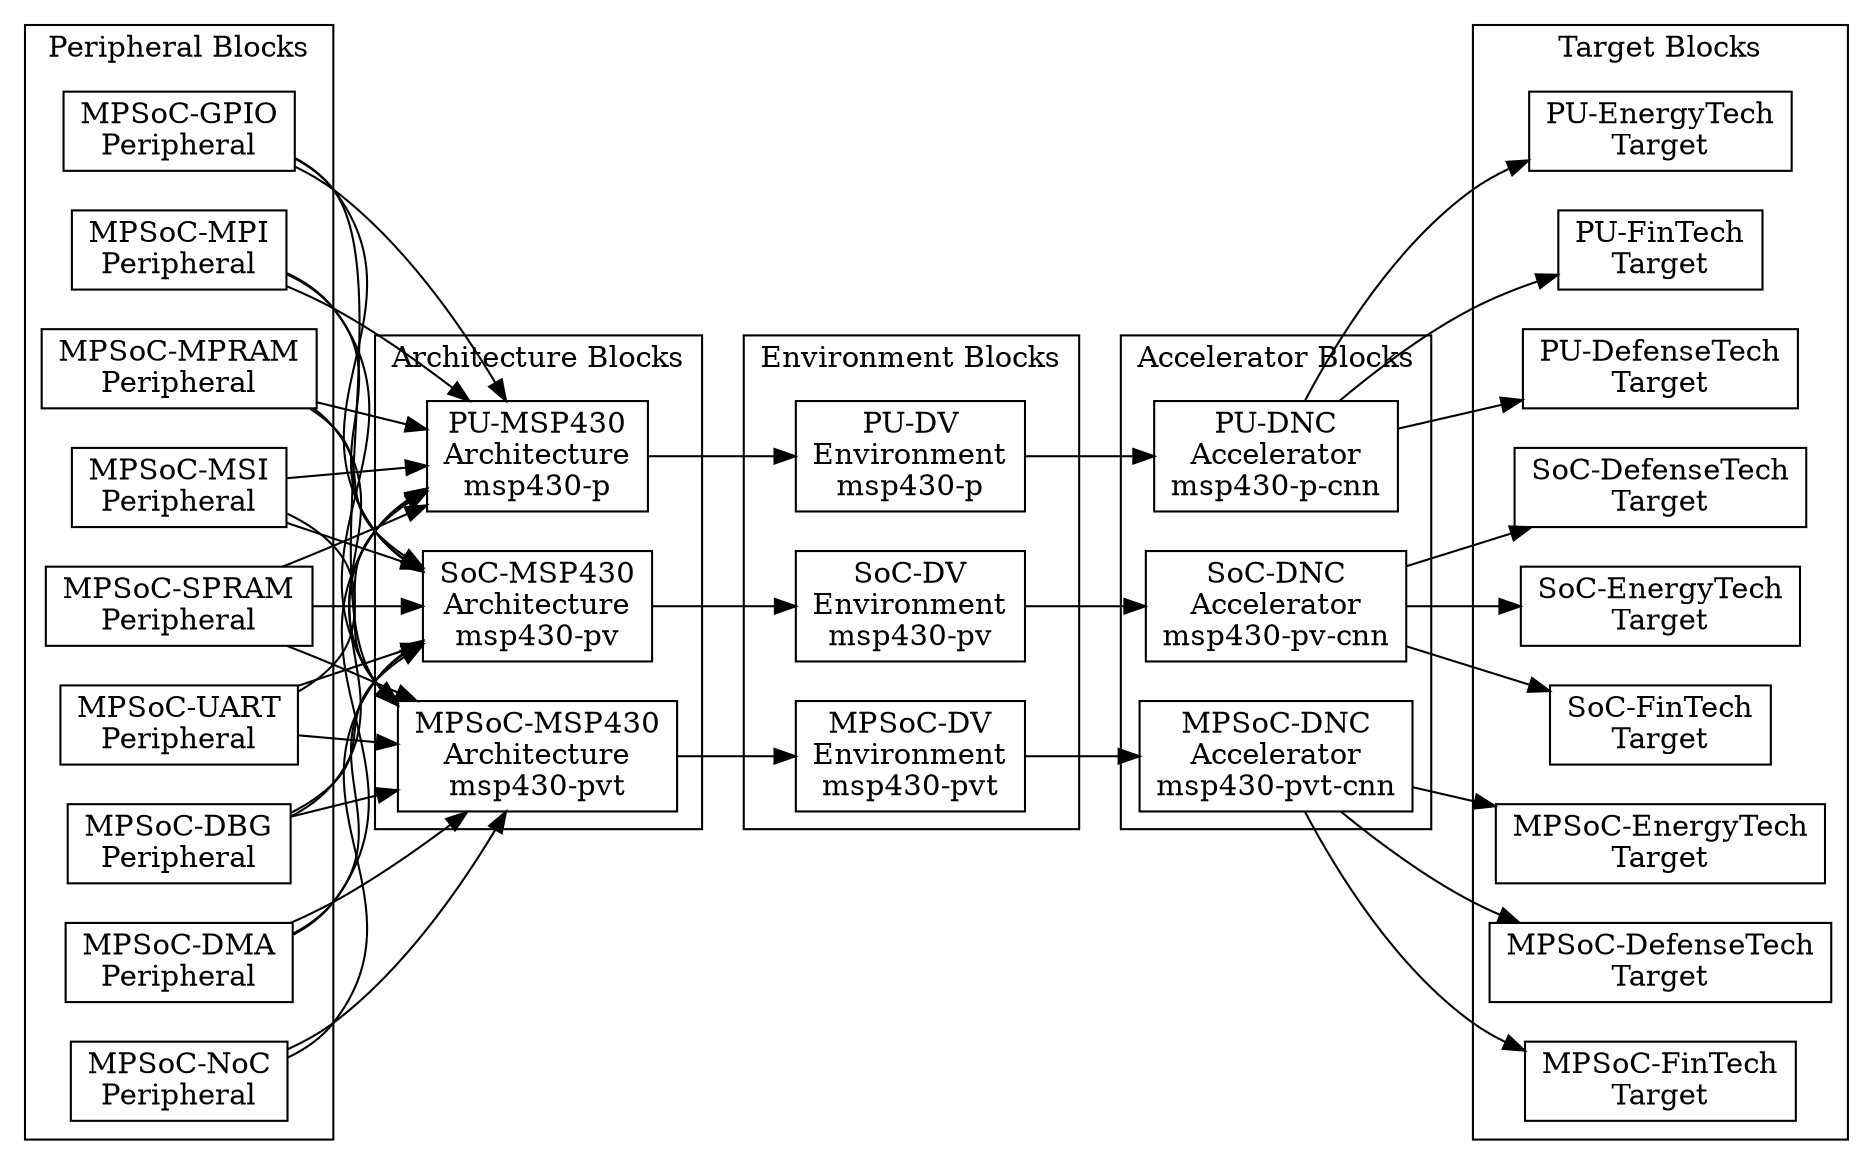
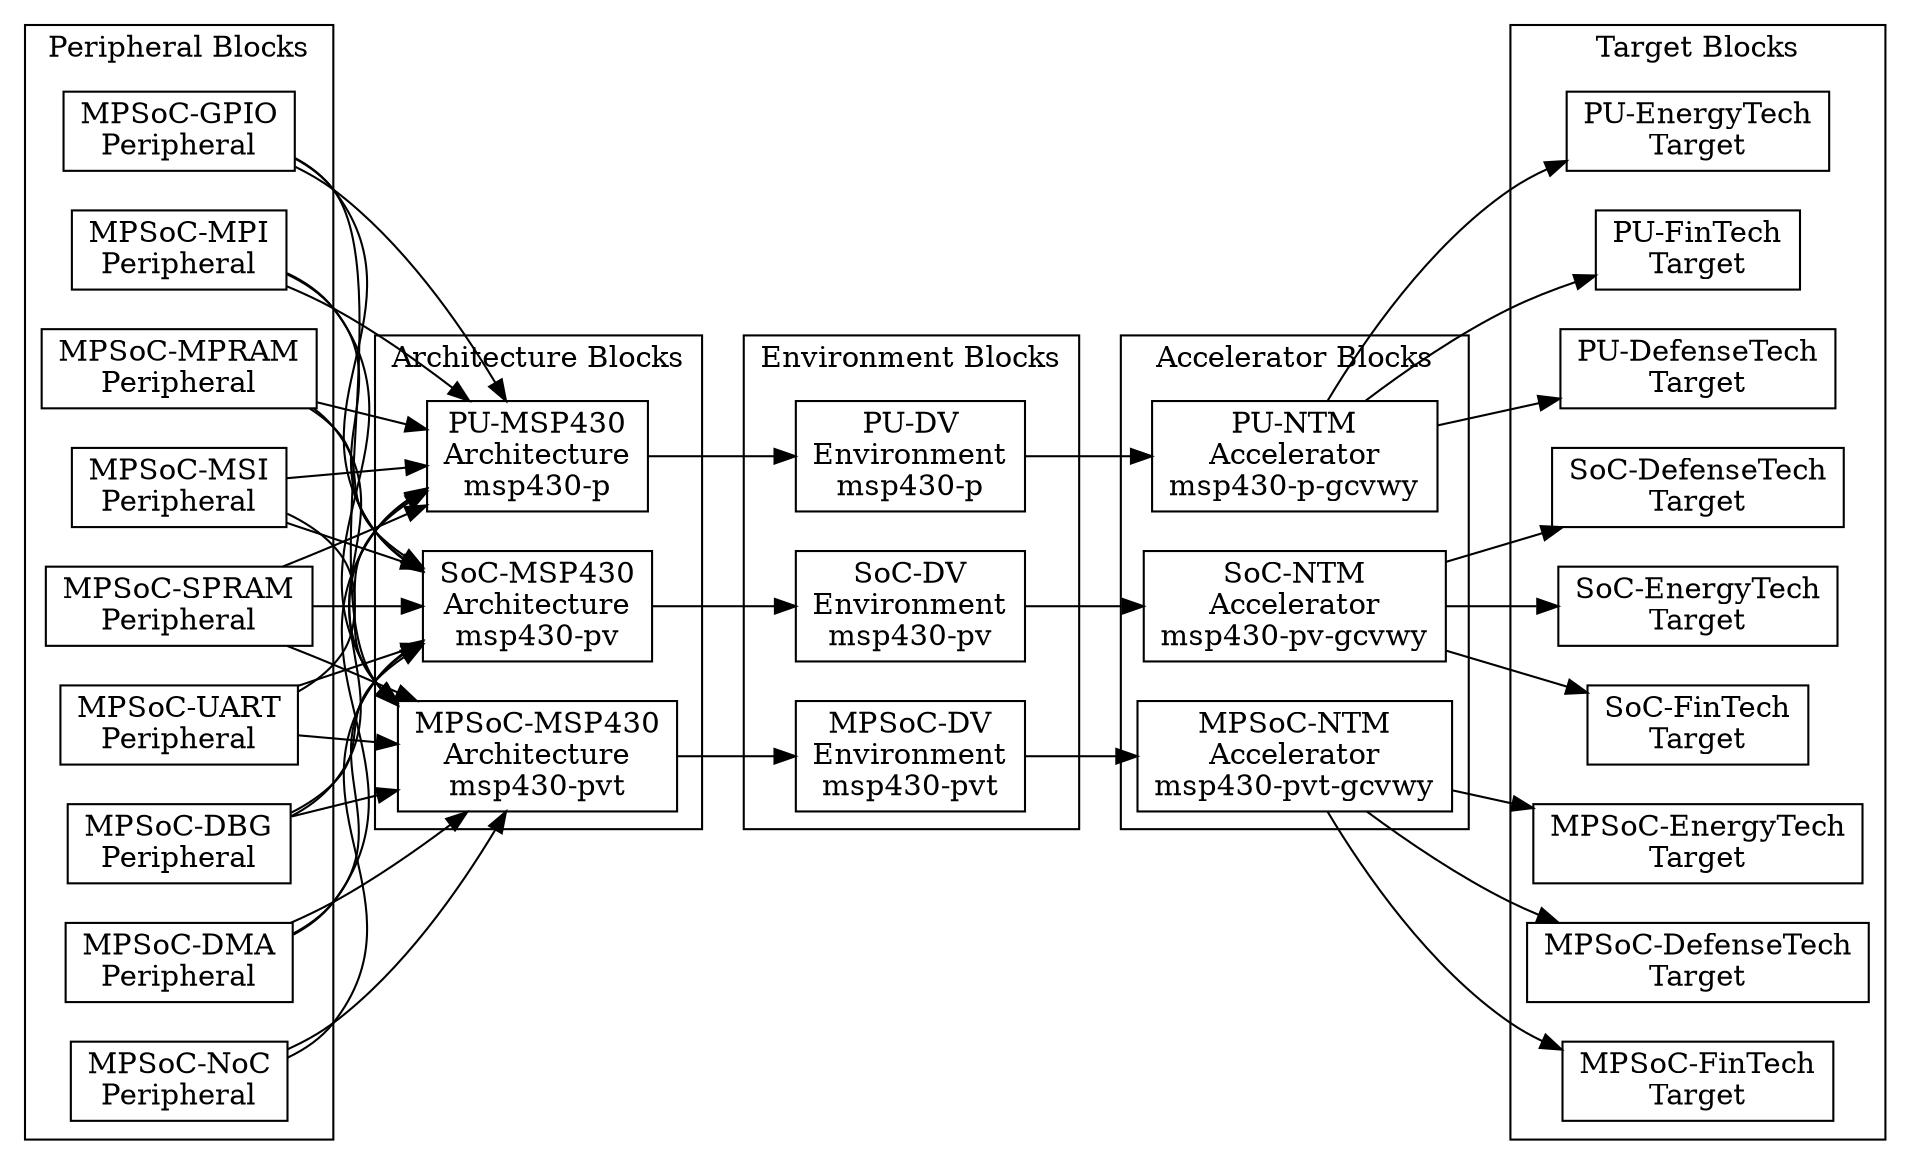
digraph Project {
  // Introduction
  graph [rankdir = LR];
  node[shape=record];

  // Peripheral Blocks
  subgraph "cluster PeripheralBlocks" { label = "Peripheral Blocks";
    MPSoC_DBG[label="MPSoC-DBG\nPeripheral"];
    MPSoC_DMA[label="MPSoC-DMA\nPeripheral"];
    MPSoC_GPIO[label="MPSoC-GPIO\nPeripheral"];
    MPSoC_MPI[label="MPSoC-MPI\nPeripheral"];
    MPSoC_MPRAM[label="MPSoC-MPRAM\nPeripheral"];
    MPSoC_MSI[label="MPSoC-MSI\nPeripheral"];
    MPSoC_NoC[label="MPSoC-NoC\nPeripheral"];
    MPSoC_SPRAM[label="MPSoC-SPRAM\nPeripheral"];
    MPSoC_UART[label="MPSoC-UART\nPeripheral"];
  }

  // Architecture Blocks
  subgraph "cluster ArchitectureBlocks" { label = "Architecture Blocks";
    MPSoC_MSP430[label="MPSoC-MSP430\nArchitecture\nmsp430-pvt"];
    SoC_MSP430[label="SoC-MSP430\nArchitecture\nmsp430-pv"];
    PU_MSP430[label="PU-MSP430\nArchitecture\nmsp430-p"];
  }

  // Environment Blocks
  subgraph "cluster EnvironmentBlocks" { label = "Environment Blocks";
    MPSoC_DV[label="MPSoC-DV\nEnvironment\nmsp430-pvt"];
    SoC_DV[label="SoC-DV\nEnvironment\nmsp430-pv"];
    PU_DV[label="PU-DV\nEnvironment\nmsp430-p"];
  }

  // Accelerator Blocks
  subgraph "cluster AcceleratorBlocks" { label = "Accelerator Blocks";
-     MPSoC_DNC[label="MPSoC-DNC\nAccelerator\nmsp430-pvt-cnn"];
-     SoC_DNC[label="SoC-DNC\nAccelerator\nmsp430-pv-cnn"];
-     PU_DNC[label="PU-DNC\nAccelerator\nmsp430-p-cnn"];
+     MPSoC_NTM[label="MPSoC-NTM\nAccelerator\nmsp430-pvt-gcvwy"];
+     SoC_NTM[label="SoC-NTM\nAccelerator\nmsp430-pv-gcvwy"];
+     PU_NTM[label="PU-NTM\nAccelerator\nmsp430-p-gcvwy"];
  }

  // Target Blocks
  subgraph "cluster TargetBlocks" { label = "Target Blocks";
    MPSoC_EnergyTech[label="MPSoC-EnergyTech\nTarget"];
    SoC_EnergyTech[label="SoC-EnergyTech\nTarget"];
    PU_EnergyTech[label="PU-EnergyTech\nTarget"];

    MPSoC_FinTech[label="MPSoC-FinTech\nTarget"];
    SoC_FinTech[label="SoC-FinTech\nTarget"];
    PU_FinTech[label="PU-FinTech\nTarget"];

    MPSoC_DefenseTech[label="MPSoC-DefenseTech\nTarget"];
    SoC_DefenseTech[label="SoC-DefenseTech\nTarget"];
    PU_DefenseTech[label="PU-DefenseTech\nTarget"];
  }

  // Peripheral -> Architecture
  MPSoC_DBG -> MPSoC_MSP430;
  MPSoC_DMA -> MPSoC_MSP430;
  MPSoC_GPIO -> MPSoC_MSP430;
  MPSoC_MPI -> MPSoC_MSP430;
  MPSoC_MPRAM -> MPSoC_MSP430;
  MPSoC_MSI -> MPSoC_MSP430;
  MPSoC_NoC -> MPSoC_MSP430;
  MPSoC_SPRAM -> MPSoC_MSP430;
  MPSoC_UART -> MPSoC_MSP430;

  MPSoC_DBG -> SoC_MSP430;
  MPSoC_DMA -> SoC_MSP430;
  MPSoC_GPIO -> SoC_MSP430;
  MPSoC_MPI -> SoC_MSP430;
  MPSoC_MPRAM -> SoC_MSP430;
  MPSoC_MSI -> SoC_MSP430;
  MPSoC_NoC -> SoC_MSP430;
  MPSoC_SPRAM -> SoC_MSP430;
  MPSoC_UART -> SoC_MSP430;

  MPSoC_DBG -> PU_MSP430;
  MPSoC_DMA -> PU_MSP430;
  MPSoC_GPIO -> PU_MSP430;
  MPSoC_MPI -> PU_MSP430;
  MPSoC_MPRAM -> PU_MSP430;
  MPSoC_MSI -> PU_MSP430;
  MPSoC_SPRAM -> PU_MSP430;
  MPSoC_UART -> PU_MSP430;

  // Architecture -> Environment
  PU_MSP430 -> PU_DV;

  SoC_MSP430 -> SoC_DV;

  MPSoC_MSP430 -> MPSoC_DV;

  // Environment -> Accelerator
-   PU_DV -> PU_DNC;
+   PU_DV -> PU_NTM;

-   SoC_DV -> SoC_DNC;
+   SoC_DV -> SoC_NTM;

-   MPSoC_DV -> MPSoC_DNC;
+   MPSoC_DV -> MPSoC_NTM;

  // Accelerator -> Target
-   PU_DNC -> PU_EnergyTech;
+   PU_NTM -> PU_EnergyTech;

-   SoC_DNC -> SoC_EnergyTech;
+   SoC_NTM -> SoC_EnergyTech;

-   MPSoC_DNC -> MPSoC_EnergyTech;
+   MPSoC_NTM -> MPSoC_EnergyTech;

-   PU_DNC -> PU_FinTech;
+   PU_NTM -> PU_FinTech;

-   SoC_DNC -> SoC_FinTech;
+   SoC_NTM -> SoC_FinTech;

-   MPSoC_DNC -> MPSoC_FinTech;
+   MPSoC_NTM -> MPSoC_FinTech;

-   PU_DNC -> PU_DefenseTech;
+   PU_NTM -> PU_DefenseTech;

-   SoC_DNC -> SoC_DefenseTech;
+   SoC_NTM -> SoC_DefenseTech;

-   MPSoC_DNC -> MPSoC_DefenseTech;
+   MPSoC_NTM -> MPSoC_DefenseTech;
}
